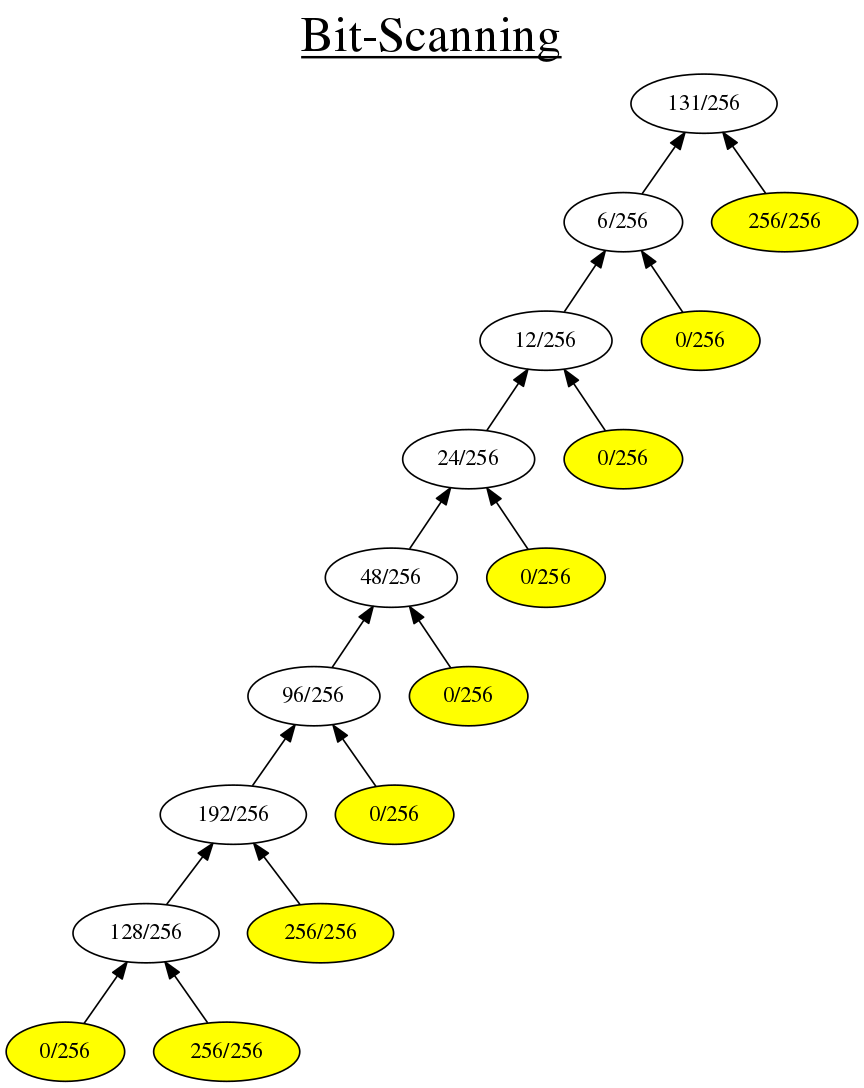
iitramar/guiTool keeps this Graphviz diagram as GuiTool/image/BitScanning/BitScanningDot.png. Above is the earlier version. Its source is kept beside it as GuiTool/image/BitScanning/BitScanningDot.dot.
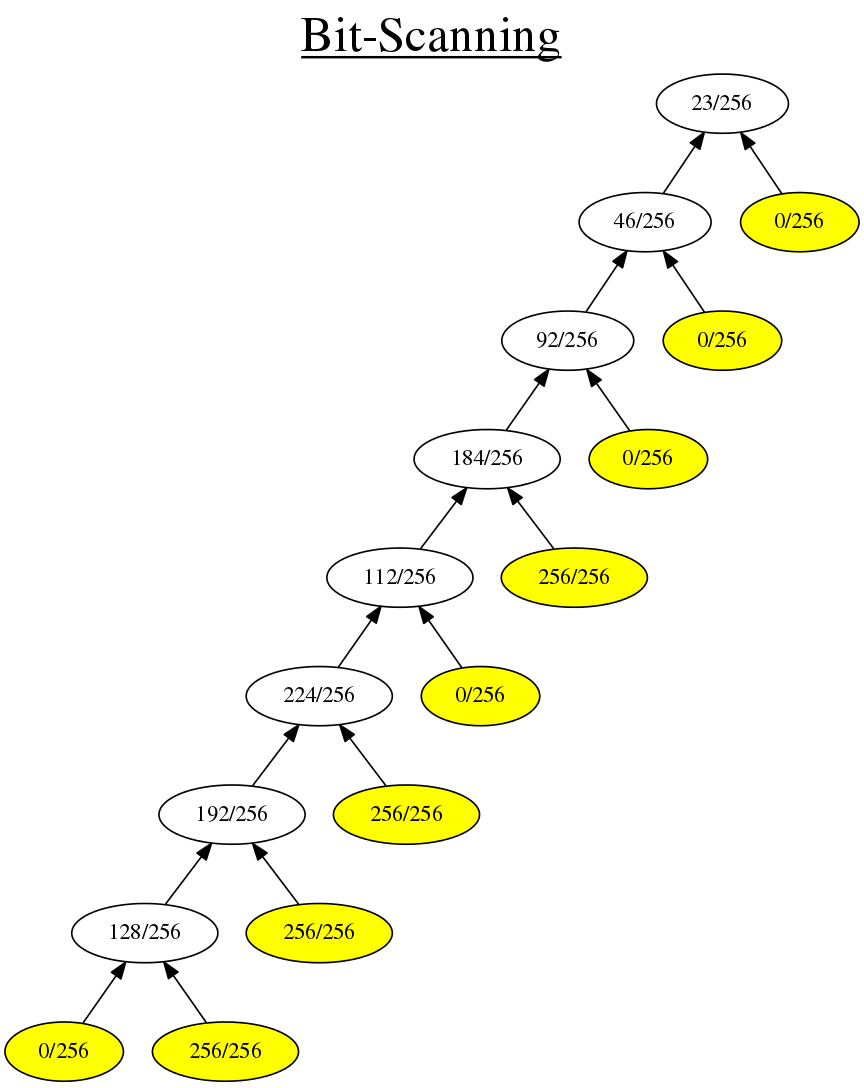
After the commit.

Diff of the diagram source:
```diff
@@ -1,30 +1,30 @@
 digraph G {
 rankdir = BT;
 graph [label= <<u>Bit-Scanning</u>> , labelloc=t, fontsize=30];
-1[label= " 131/256 " ];
-2[label= " 6/256 " ];
+1[label= " 23/256 " ];
+2[label= " 46/256 " ];
 2->1
-3[label= " 256/256 " ];
+3[label= " 0/256 " ];
 3->1
-4[label= " 12/256 " ];
+4[label= " 92/256 " ];
 4->2
 5[label= " 0/256 " ];
 5->2
-8[label= " 24/256 " ];
+8[label= " 184/256 " ];
 8->4
 9[label= " 0/256 " ];
 9->4
-16[label= " 48/256 " ];
+16[label= " 112/256 " ];
 16->8
-17[label= " 0/256 " ];
+17[label= " 256/256 " ];
 17->8
-32[label= " 96/256 " ];
+32[label= " 224/256 " ];
 32->16
 33[label= " 0/256 " ];
 33->16
 64[label= " 192/256 " ];
 64->32
-65[label= " 0/256 " ];
+65[label= " 256/256 " ];
 65->32
 128[label= " 128/256 " ];
 128->64
```
